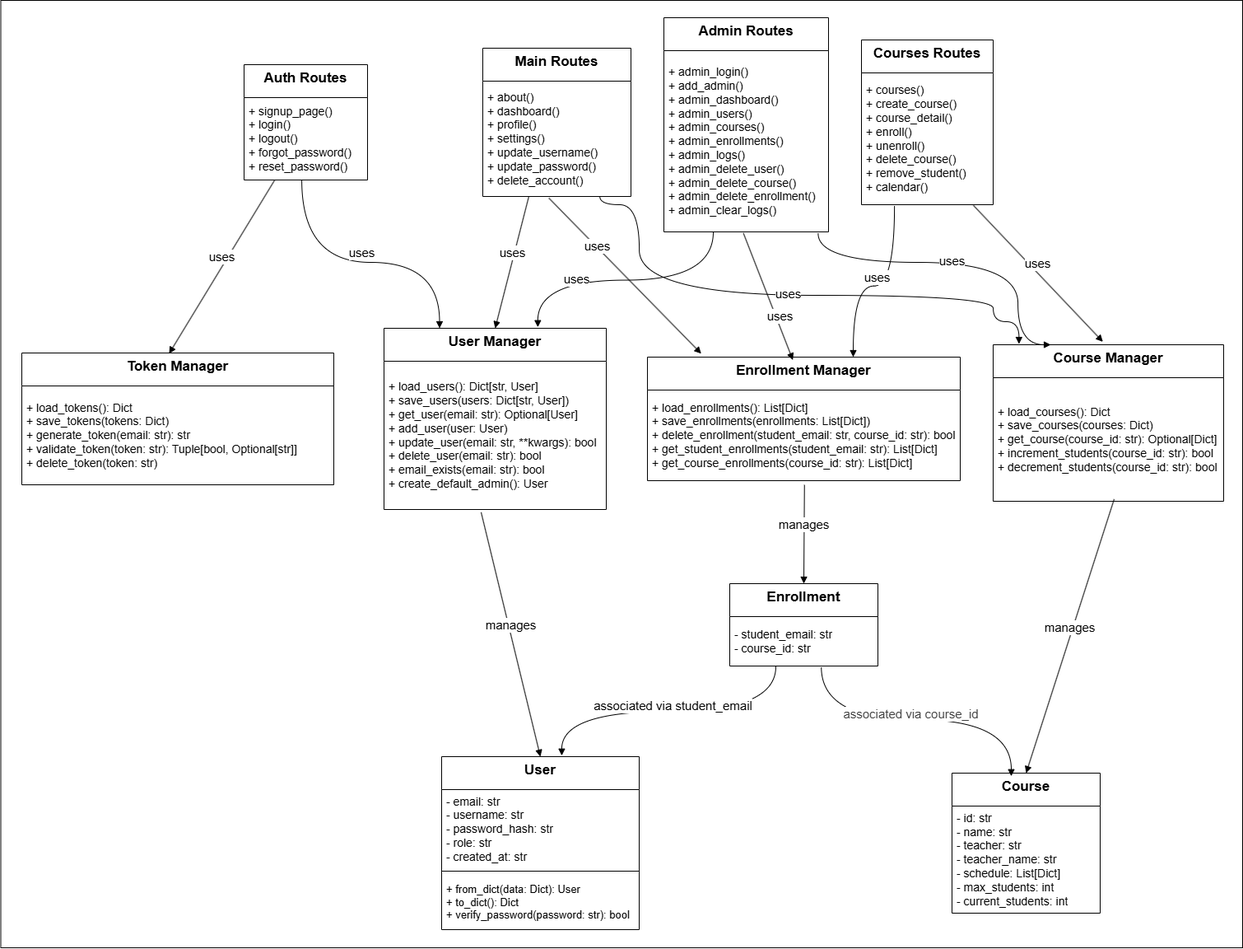
Earlier version of the draw.io export uml.drawio.png (Armia-Niakan/Course-Management-System). Source tidied: cells renumbered, new cells last; positions are measured from the earlier drawing's top-left corner, leaving out a move shared by most shapes.
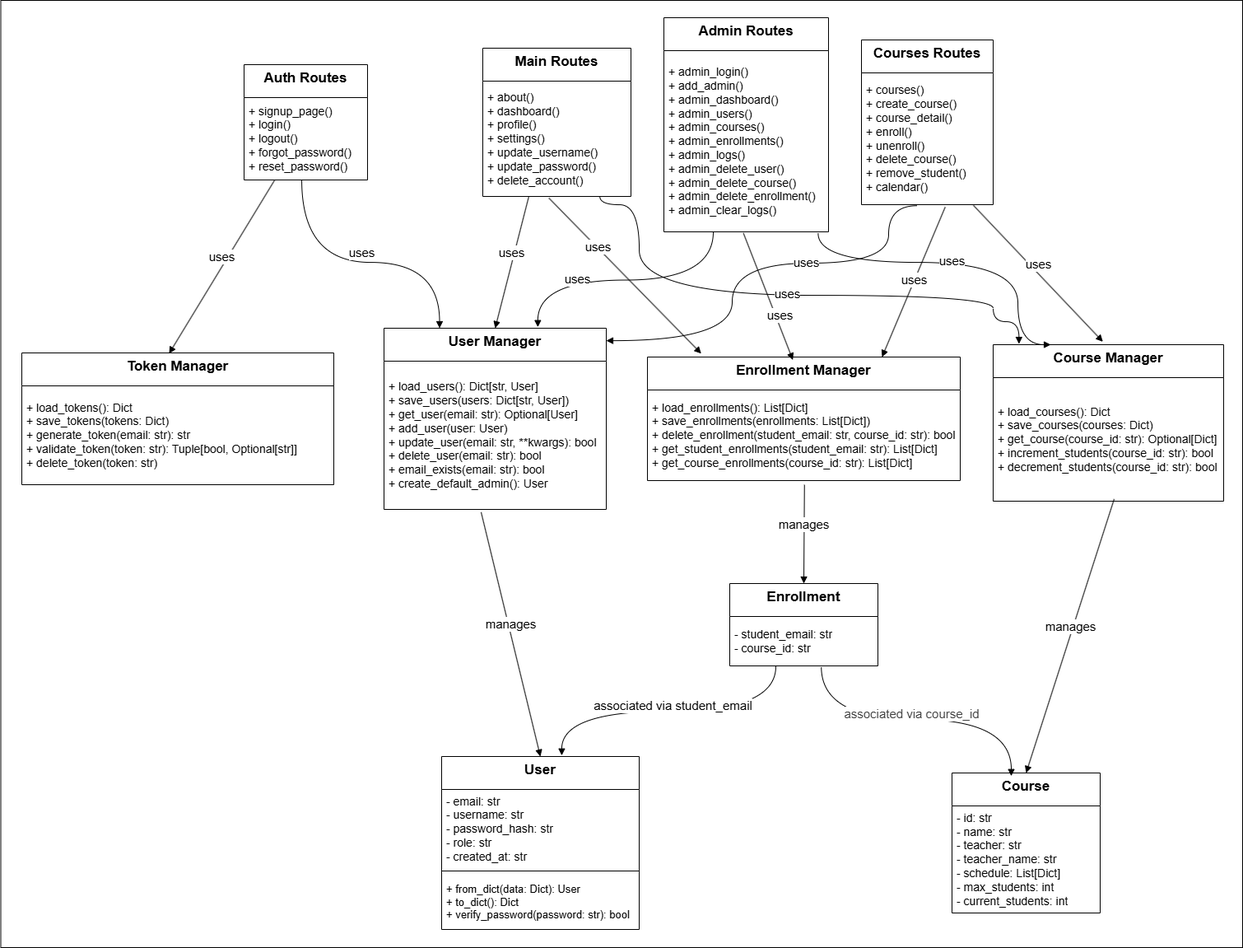
Later version of the same file.

What changed in the source:
```diff
@@ -128,16 +128,6 @@
     <mxCell id="35" value="&lt;font style=&quot;font-size: 15px;&quot;&gt;uses&lt;/font&gt;" style="html=1;verticalAlign=bottom;endArrow=block;curved=0;rounded=0;exitX=0.85;exitY=1.005;exitDx=0;exitDy=0;exitPerimeter=0;entryX=0.476;entryY=-0.019;entryDx=0;entryDy=0;entryPerimeter=0;" parent="1" edge="1" source="22" target="15">
       <mxGeometry relative="1" as="geometry" />
     </mxCell>
-    <mxCell id="36" value="&lt;font style=&quot;font-size: 15px;&quot;&gt;uses&lt;/font&gt;" style="html=1;verticalAlign=bottom;endArrow=block;curved=1;rounded=0;exitX=0.125;exitY=1.02;exitDx=0;exitDy=0;exitPerimeter=0;entryX=0.605;entryY=0.009;entryDx=0;entryDy=0;entryPerimeter=0;edgeStyle=orthogonalEdgeStyle;" parent="1" edge="1">
-      <mxGeometry y="1" relative="1" as="geometry">
-        <mxPoint x="1085.1" y="249.9" as="sourcePoint" />
-        <mxPoint x="1035" y="433" as="targetPoint" />
-        <Array as="points">
-          <mxPoint x="1085.1" y="346.6" />
-          <mxPoint x="1035.1" y="346.6" />
-        </Array>
-      </mxGeometry>
-    </mxCell>
     <mxCell id="37" value="&lt;font style=&quot;font-size: 15px;&quot;&gt;manages&lt;/font&gt;" style="html=1;verticalAlign=bottom;endArrow=block;curved=0;rounded=0;exitX=0.525;exitY=0.983;exitDx=0;exitDy=0;exitPerimeter=0;entryX=0.5;entryY=0;entryDx=0;entryDy=0;" parent="1" edge="1" source="16" target="7">
       <mxGeometry relative="1" as="geometry" />
     </mxCell>
@@ -153,5 +143,19 @@
     <mxCell id="41" value="&lt;font style=&quot;font-size: 15px;&quot;&gt;manages&lt;/font&gt;" style="html=1;verticalAlign=bottom;endArrow=block;curved=0;rounded=0;exitX=0.502;exitY=1.047;exitDx=0;exitDy=0;exitPerimeter=0;entryX=0.5;entryY=0;entryDx=0;entryDy=0;" parent="1" edge="1" source="14" target="9">
       <mxGeometry relative="1" as="geometry" />
     </mxCell>
+    <mxCell id="42" value="&lt;font style=&quot;font-size: 15px;&quot;&gt;uses&lt;/font&gt;" style="html=1;verticalAlign=bottom;endArrow=block;curved=0;rounded=0;exitX=0.636;exitY=1.018;exitDx=0;exitDy=0;exitPerimeter=0;entryX=0.75;entryY=0;entryDx=0;entryDy=0;" parent="1" edge="1" source="22" target="13">
+      <mxGeometry x="0.08" y="4" relative="1" as="geometry" />
+    </mxCell>
+    <mxCell id="43" value="&lt;font style=&quot;font-size: 15px;&quot;&gt;uses&lt;/font&gt;" style="html=1;verticalAlign=bottom;endArrow=block;curved=1;rounded=0;exitX=0.421;exitY=1.008;exitDx=0;exitDy=0;exitPerimeter=0;entryX=1.002;entryY=0.12;entryDx=0;entryDy=0;entryPerimeter=0;flowAnimation=0;edgeStyle=orthogonalEdgeStyle;" parent="1" edge="1" source="22">
+      <mxGeometry x="-0.25" y="11" relative="1" as="geometry">
+        <mxPoint x="735" y="413.1" as="targetPoint" />
+        <Array as="points">
+          <mxPoint x="1078" y="249" />
+          <mxPoint x="1078" y="319" />
+          <mxPoint x="888" y="319" />
+          <mxPoint x="888" y="413" />
+        </Array>
+      </mxGeometry>
+    </mxCell>
   </root>
 </mxGraphModel>
```
